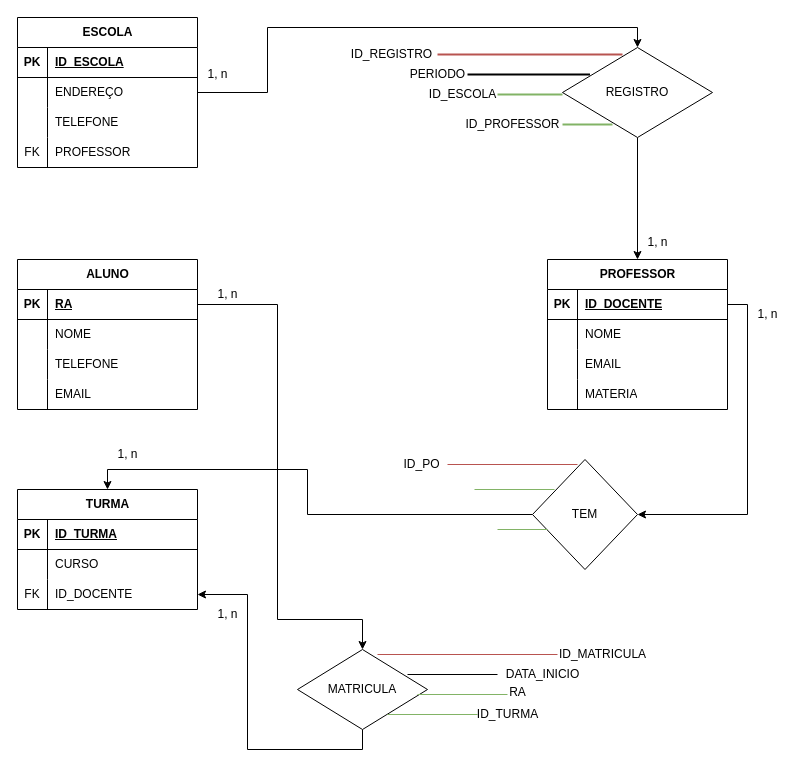
This is BD de uma escola.drawio from FirmoDev/projeto, a draw.io file, before an edit. Source tidied: cells renumbered, new cells numbered last; positions are measured from the earlier drawing's top-left corner, leaving out a move shared by most shapes. Both pictures are drawn from the tidied source at 100%, with x=0, y=0 at pixel (17, 17).
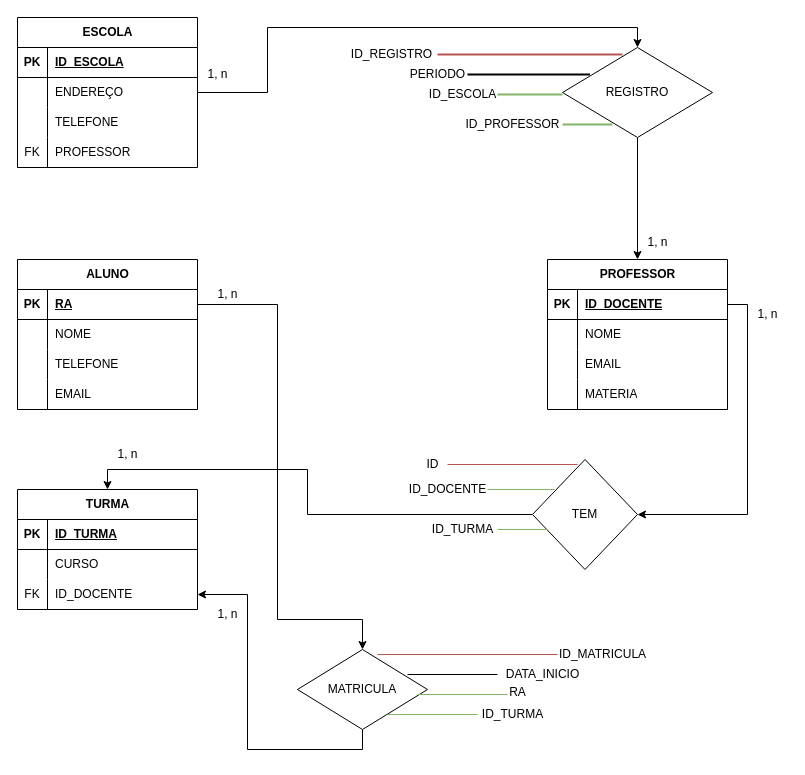
The same diagram, later.

Commit message:
COMPLETANDO A ENTIDADE ASSOCIATIVA (TEM)

Diff of the diagram source:
```diff
@@
     <mxCell id="72" value="ID_TURMA" style="text;html=1;align=center;verticalAlign=middle;strokeColor=none;fillColor=none;" parent="1" vertex="1">
-      <mxGeometry x="450" y="682" width="80" height="30" as="geometry" />
+      <mxGeometry x="455" y="682" width="80" height="30" as="geometry" />
     </mxCell>
@@
     <mxCell id="82" style="line;strokeWidth=1;dashed=0;labelPosition=right;align=left;verticalAlign=middle;spacingTop=0;spacingLeft=6;fillColor=#d5e8d4;strokeColor=#82b366;" parent="1" vertex="1">
-      <mxGeometry x="457" y="467" width="80" height="10" as="geometry" />
+      <mxGeometry x="470" y="467" width="67" height="10" as="geometry" />
     </mxCell>
@@
-    <mxCell id="84" value="ID_PO" style="text;html=1;align=center;verticalAlign=middle;strokeColor=none;fillColor=none;" parent="1" vertex="1">
-      <mxGeometry x="374" y="432" width="60" height="30" as="geometry" />
+    <mxCell id="84" value="ID" style="text;html=1;align=center;verticalAlign=middle;strokeColor=none;fillColor=none;" parent="1" vertex="1">
+      <mxGeometry x="395" y="432" width="40" height="30" as="geometry" />
     </mxCell>
@@
+    <mxCell id="86" value="ID_DOCENTE" style="text;html=1;align=center;verticalAlign=middle;strokeColor=none;fillColor=none;" parent="1" vertex="1">
+      <mxGeometry x="380" y="457" width="100" height="30" as="geometry" />
+    </mxCell>
+    <mxCell id="87" value="ID_TURMA" style="text;html=1;align=center;verticalAlign=middle;strokeColor=none;fillColor=none;" parent="1" vertex="1">
+      <mxGeometry x="405" y="497" width="80" height="30" as="geometry" />
+    </mxCell>
```
